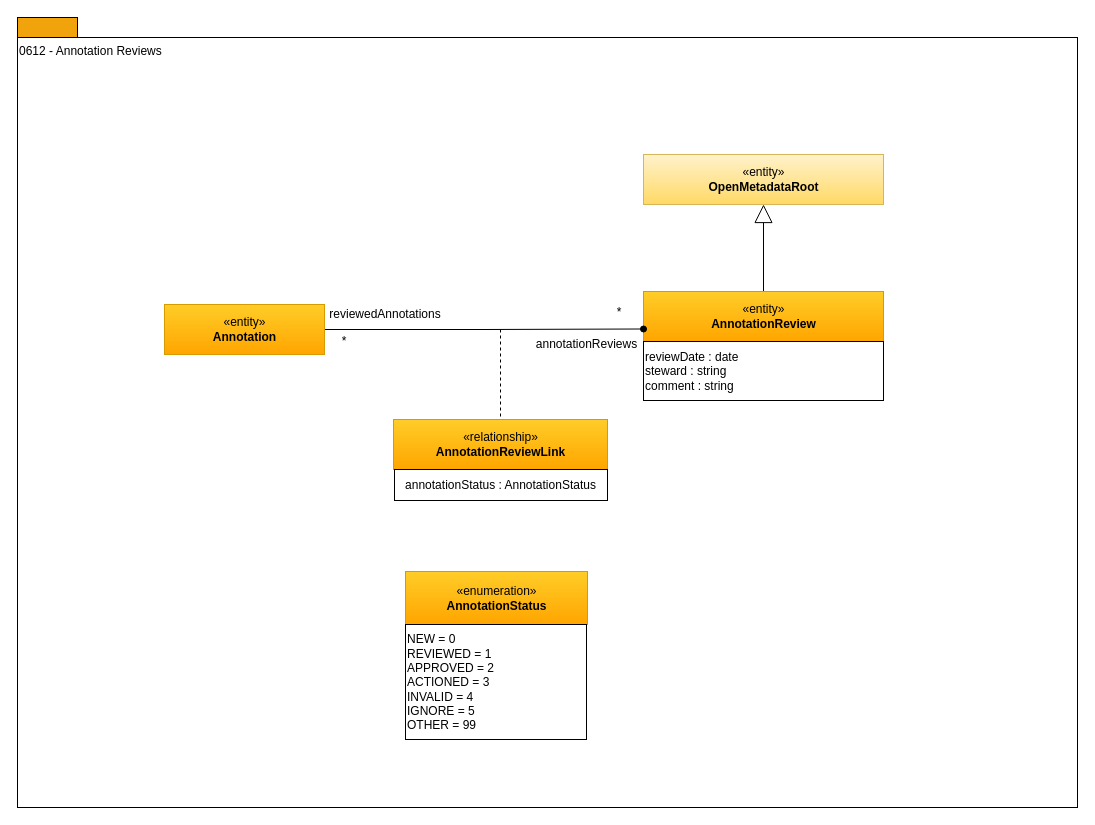
odpi/egeria-docs keeps this draw.io diagram as page "0612-Annotation-Reviews" (6 of 17) of site/docs/types/6/area-6-discovery.drawio. Above is the earlier version. Source tidied: cells renumbered, new cells numbered last; positions are measured from the earlier drawing's top-left corner, leaving out a move shared by most shapes. Both pictures are drawn from the tidied source at 100%, with x=0, y=0 at pixel (17, 17).
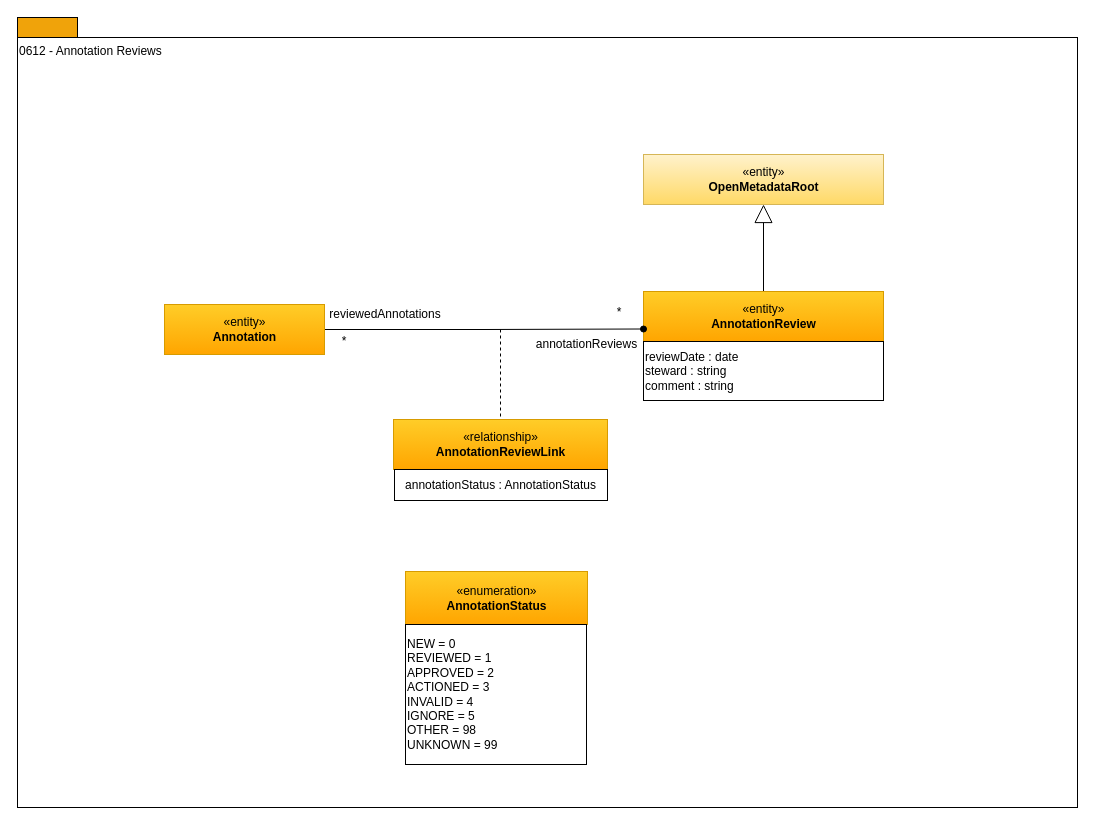
The same page after the edit.

The edit, as a diff of the source:
```diff
@@
 <mxGraphModel>
   <root>
     <mxCell id="0" />
     <mxCell id="1" parent="0" />
     <mxCell id="2" style="rounded=0;whiteSpace=wrap;html=1;align=left;fillColor=#f0a30a;strokeColor=#000000;fontColor=#ffffff;" parent="1" vertex="1">
       <mxGeometry width="60" height="20" as="geometry" />
     </mxCell>
     <mxCell id="3" value="0612 - Annotation Reviews" style="rounded=0;whiteSpace=wrap;html=1;align=left;verticalAlign=top;" parent="1" vertex="1">
       <mxGeometry y="20" width="1060" height="770" as="geometry" />
     </mxCell>
     <mxCell id="4" style="edgeStyle=orthogonalEdgeStyle;rounded=0;jettySize=auto;html=1;endArrow=block;endFill=0;endSize=16;" parent="1" edge="1" source="5" target="18">
       <mxGeometry relative="1" as="geometry" />
     </mxCell>
     <mxCell id="5" value="«entity»&lt;br&gt;&lt;b&gt;AnnotationReview&lt;/b&gt;" style="html=1;strokeColor=#d79b00;align=center;fillColor=#ffcd28;gradientColor=#ffa500;" parent="1" vertex="1">
       <mxGeometry x="626" y="274" width="240" height="50" as="geometry" />
     </mxCell>
     <mxCell id="6" value="reviewDate : date&lt;br&gt;steward : string&lt;br&gt;comment : string&lt;br&gt;" style="rounded=0;whiteSpace=wrap;html=1;strokeColor=#000000;gradientColor=#ffffff;align=left;" parent="1" vertex="1">
       <mxGeometry x="626" y="324" width="240" height="59" as="geometry" />
     </mxCell>
     <mxCell id="7" style="edgeStyle=orthogonalEdgeStyle;rounded=0;html=1;endArrow=oval;endFill=1;jettySize=auto;entryX=0;entryY=0.75;entryDx=0;entryDy=0;" parent="1" edge="1" source="8" target="5">
       <mxGeometry relative="1" as="geometry" />
     </mxCell>
     <mxCell id="8" value="«entity»&lt;br&gt;&lt;b&gt;Annotation&lt;/b&gt;" style="html=1;strokeColor=#d79b00;align=center;fillColor=#ffcd28;gradientColor=#ffa500;" parent="1" vertex="1">
       <mxGeometry x="147" y="287" width="160" height="50" as="geometry" />
     </mxCell>
     <mxCell id="9" value="«relationship»&lt;br&gt;&lt;b&gt;AnnotationReviewLink&lt;/b&gt;" style="html=1;strokeColor=#d79b00;align=center;fillColor=#ffcd28;gradientColor=#ffa500;" parent="1" vertex="1">
       <mxGeometry x="376" y="402" width="214" height="50" as="geometry" />
     </mxCell>
     <mxCell id="10" style="endArrow=none;dashed=1;html=1;entryX=0.5;entryY=0;entryDx=0;entryDy=0;" parent="1" edge="1" target="9">
       <mxGeometry relative="1" as="geometry">
         <mxPoint x="483" y="312" as="sourcePoint" />
       </mxGeometry>
     </mxCell>
     <mxCell id="11" value="annotationStatus : AnnotationStatus" style="rounded=0;whiteSpace=wrap;html=1;strokeColor=#000000;gradientColor=#ffffff;align=center;" parent="1" vertex="1">
       <mxGeometry x="377" y="452" width="213" height="31" as="geometry" />
     </mxCell>
     <mxCell id="12" value="*" style="text;html=1;strokeColor=none;fillColor=none;align=center;verticalAlign=middle;whiteSpace=wrap;rounded=0;" parent="1" vertex="1">
       <mxGeometry x="307" y="314" width="40" height="20" as="geometry" />
     </mxCell>
     <mxCell id="13" value="*" style="text;html=1;strokeColor=none;fillColor=none;align=center;verticalAlign=middle;whiteSpace=wrap;rounded=0;" parent="1" vertex="1">
       <mxGeometry x="581.5" y="285" width="40" height="20" as="geometry" />
     </mxCell>
     <mxCell id="14" value="reviewedAnnotations" style="text;html=1;strokeColor=none;fillColor=none;align=center;verticalAlign=middle;whiteSpace=wrap;rounded=0;" parent="1" vertex="1">
       <mxGeometry x="316" y="287" width="104" height="20" as="geometry" />
     </mxCell>
     <mxCell id="15" value="annotationReviews" style="text;html=1;strokeColor=none;fillColor=none;align=center;verticalAlign=middle;whiteSpace=wrap;rounded=0;" parent="1" vertex="1">
       <mxGeometry x="508" y="317" width="123" height="20" as="geometry" />
     </mxCell>
     <mxCell id="16" value="«enumeration»&lt;br&gt;&lt;b&gt;AnnotationStatus&lt;/b&gt;" style="html=1;strokeColor=#d79b00;align=center;fillColor=#ffcd28;gradientColor=#ffa500;" parent="1" vertex="1">
       <mxGeometry x="388" y="554" width="182" height="53" as="geometry" />
     </mxCell>
-    <mxCell id="17" value="NEW = 0&lt;br&gt;REVIEWED = 1&lt;br&gt;APPROVED = 2&lt;br&gt;ACTIONED = 3&lt;br&gt;INVALID = 4&lt;br&gt;IGNORE = 5&lt;br&gt;OTHER = 99&lt;br&gt;" style="rounded=0;whiteSpace=wrap;html=1;strokeColor=#000000;gradientColor=#ffffff;align=left;" parent="1" vertex="1">
-      <mxGeometry x="388" y="607" width="181" height="115" as="geometry" />
+    <mxCell id="17" value="NEW = 0&lt;br&gt;REVIEWED = 1&lt;br&gt;APPROVED = 2&lt;br&gt;ACTIONED = 3&lt;br&gt;INVALID = 4&lt;br&gt;IGNORE = 5&lt;br&gt;OTHER = 98&lt;br&gt;UNKNOWN = 99" style="rounded=0;whiteSpace=wrap;html=1;strokeColor=#000000;gradientColor=#ffffff;align=left;" parent="1" vertex="1">
+      <mxGeometry x="388" y="607" width="181" height="140" as="geometry" />
     </mxCell>
     <mxCell id="18" value="«entity»&lt;br&gt;&lt;b&gt;OpenMetadataRoot&lt;/b&gt;" style="html=1;strokeColor=#d6b656;align=center;fillColor=#fff2cc;gradientColor=#ffd966;" parent="1" vertex="1">
       <mxGeometry x="626" y="137" width="240" height="50" as="geometry" />
     </mxCell>
   </root>
 </mxGraphModel>
```
